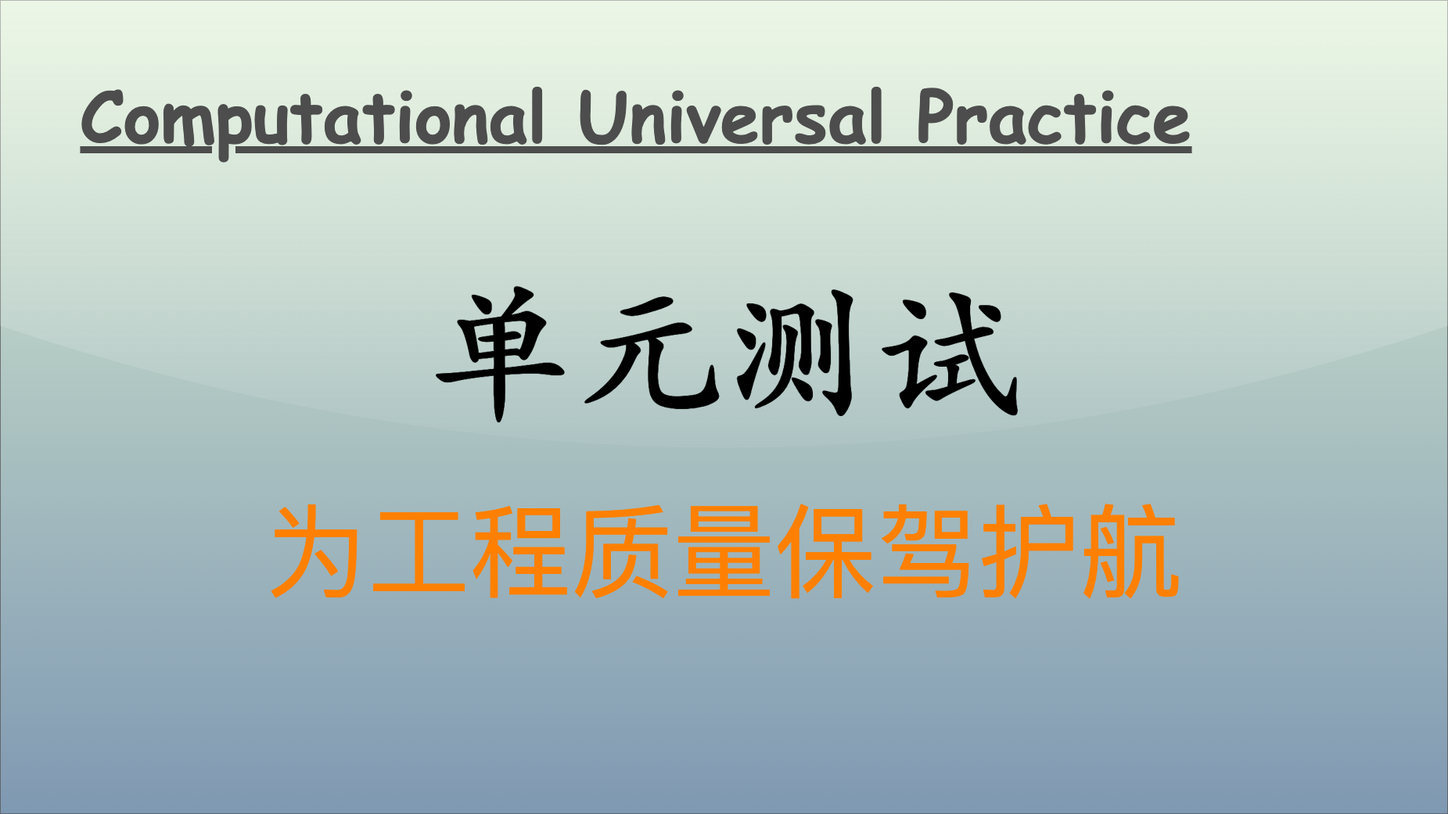
This is articles/practice/working/assets/跨域：安全分步实施指南.drawio.png from ThreeFish-AI/threefish-ai.github.io, a draw.io export, as it was before one commit. Source tidied: cells renumbered, new cells last; positions are measured from the earlier drawing's top-left corner, leaving out a move shared by most shapes.
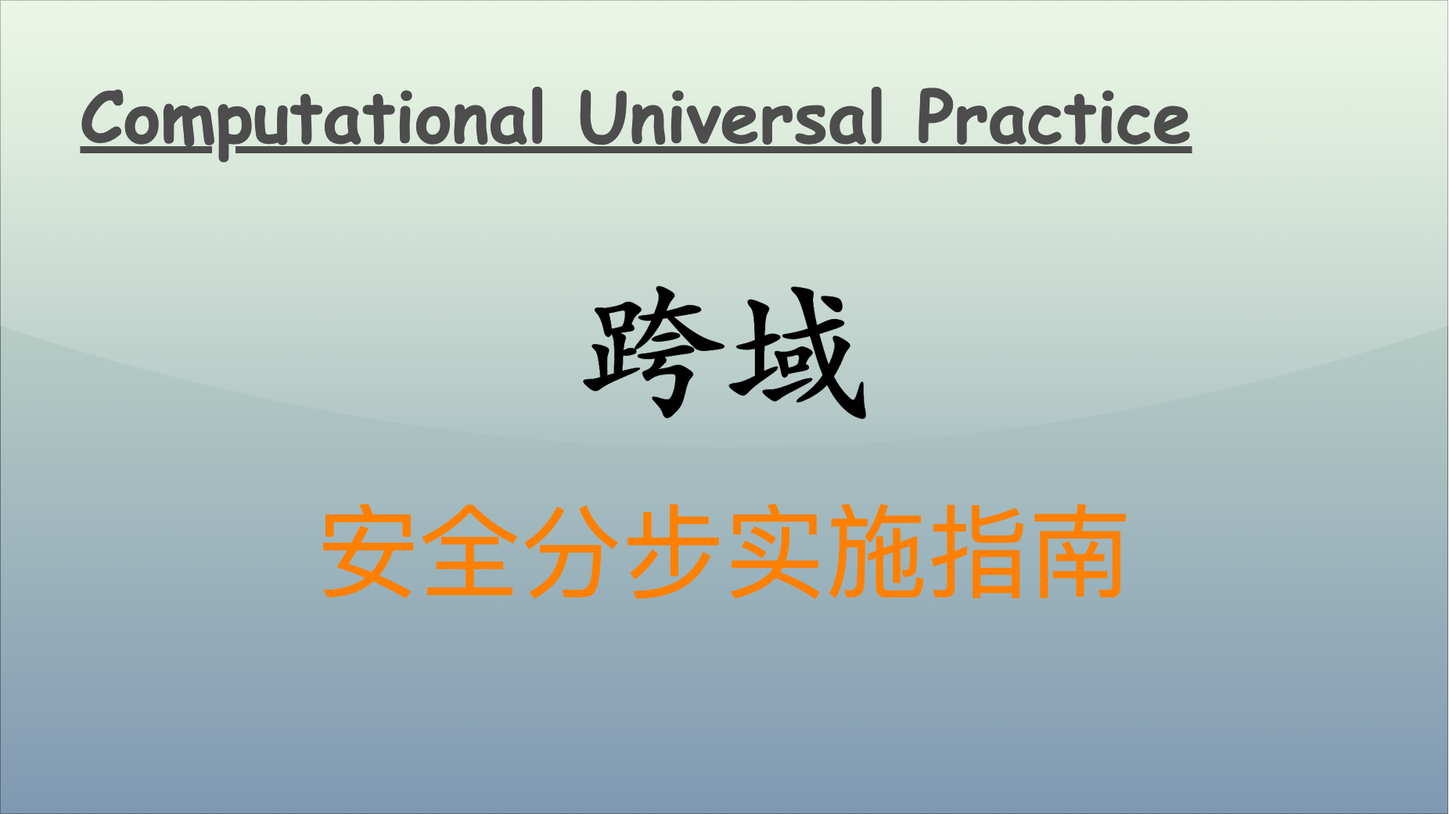
After the commit.

The edit, as a diff of the source:
```diff
@@ -5,14 +5,14 @@
     <mxCell id="2" style="rounded=0;whiteSpace=wrap;html=1;spacingLeft=470;opacity=50;textOpacity=50;gradientColor=#003366;fillColor=#B9E0A5;glass=1;shadow=0;" parent="1" vertex="1">
       <mxGeometry width="1850" height="1040" as="geometry" />
     </mxCell>
-    <mxCell id="3" value="&lt;span style=&quot;font-family: 宋体; text-align: left; background-color: initial;&quot;&gt;&lt;font color=&quot;#ff8000&quot;&gt;为工程质量保驾护航&lt;/font&gt;&lt;/span&gt;" style="text;html=1;align=center;verticalAlign=middle;strokeColor=none;fillColor=none;fontSize=130;fontColor=default;" parent="1" vertex="1">
-      <mxGeometry x="330" y="620" width="1190" height="170" as="geometry" />
+    <mxCell id="3" value="&lt;span style=&quot;font-family: 宋体; text-align: left; background-color: initial;&quot;&gt;&lt;font color=&quot;#ff8000&quot;&gt;安全分步实施指南&lt;/font&gt;&lt;/span&gt;" style="text;html=1;align=center;verticalAlign=middle;strokeColor=none;fillColor=none;fontSize=130;fontColor=default;" parent="1" vertex="1">
+      <mxGeometry x="395" y="620" width="1060" height="170" as="geometry" />
     </mxCell>
     <mxCell id="4" value="Computational Universal Practice" style="text;align=center;verticalAlign=top;strokeColor=none;fillColor=none;fontColor=#4D4D4D;fontFamily=Comic Sans MS;rotation=0;rounded=0;labelBackgroundColor=none;labelBorderColor=none;gradientColor=#B3B3B3;textShadow=0;fontSize=90;fontStyle=5;" parent="1" vertex="1">
       <mxGeometry x="93" y="86" width="1440" height="120" as="geometry" />
     </mxCell>
-    <mxCell id="5" value="&lt;font size=&quot;1&quot; style=&quot;&quot;&gt;&lt;b style=&quot;&quot;&gt;&lt;span style=&quot;font-size: 190px;&quot;&gt;单元测试&lt;/span&gt;&lt;/b&gt;&lt;/font&gt;" style="text;html=1;align=center;verticalAlign=middle;strokeColor=none;fillColor=none;fontColor=#000000;fontFamily=Kaiti SC;" parent="1" vertex="1">
-      <mxGeometry x="535" y="320" width="780" height="240" as="geometry" />
+    <mxCell id="5" value="&lt;font size=&quot;1&quot; style=&quot;&quot;&gt;&lt;b style=&quot;&quot;&gt;&lt;span style=&quot;font-size: 190px;&quot;&gt;跨域&lt;/span&gt;&lt;/b&gt;&lt;/font&gt;" style="text;html=1;align=center;verticalAlign=middle;strokeColor=none;fillColor=none;fontColor=#000000;fontFamily=Kaiti SC;" parent="1" vertex="1">
+      <mxGeometry x="725" y="320" width="400" height="240" as="geometry" />
     </mxCell>
   </root>
 </mxGraphModel>
```
